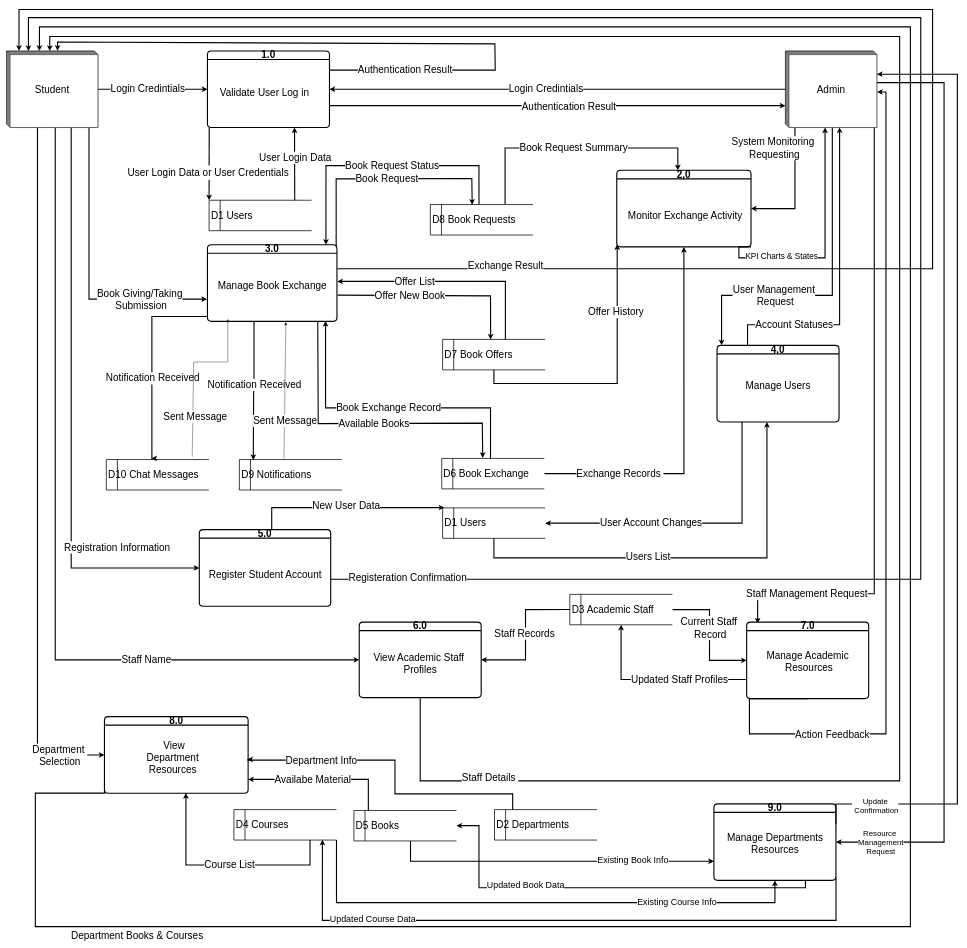
This is Graduate Project LOCAL/Documentation/Report 2/DFD/DFD's/ZeroLevel.drawio from Abood299/MIS-Team, a draw.io file, before an edit. Source tidied: cells renumbered, new cells numbered last; positions are measured from the earlier drawing's top-left corner, leaving out a move shared by most shapes. Both pictures are drawn from the tidied source at 37%, with x=0, y=0 at pixel (6, 9).
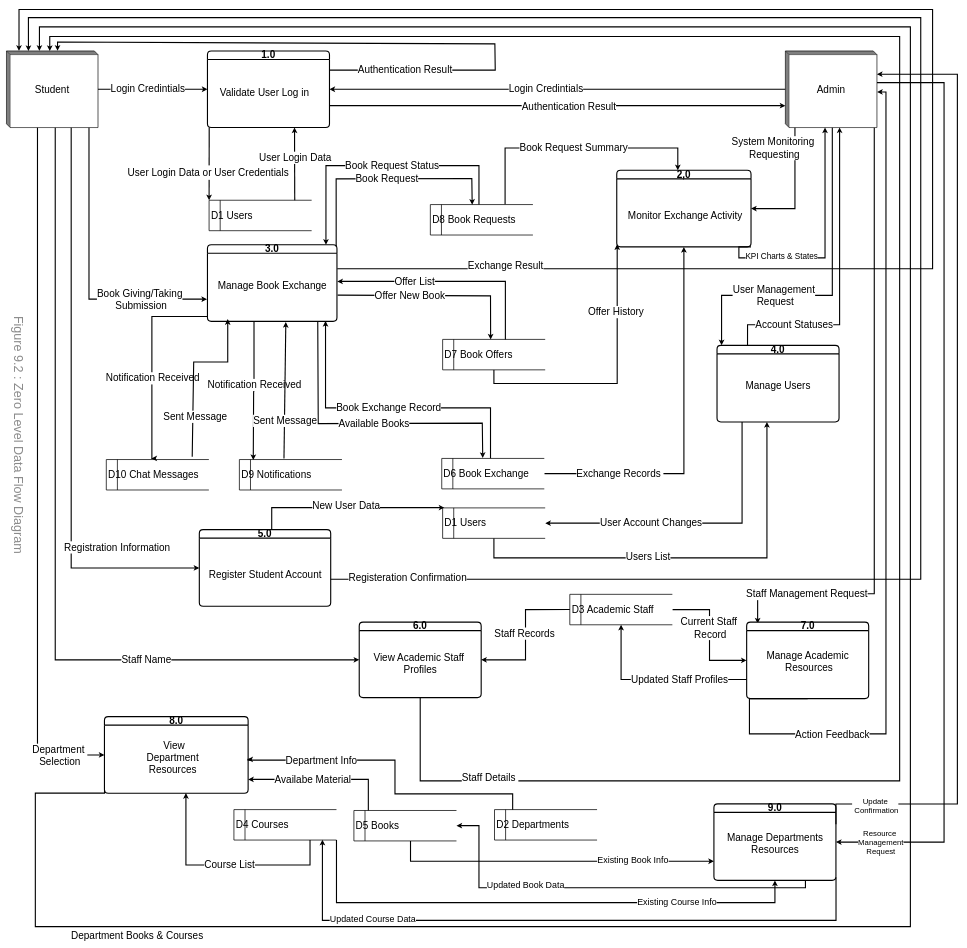
After the change.

Diff of the diagram source:
```diff
@@
-    <mxCell id="125" style="endArrow=classic;html=1;rounded=0;" parent="1" edge="1">
+    <mxCell id="125" style="endArrow=classic;html=1;rounded=0;strokeWidth=3;" parent="1" edge="1">
       <mxGeometry relative="1" as="geometry">
         <mxPoint x="750" y="1213.5" as="sourcePoint" />
         <mxPoint x="755" y="845" as="targetPoint" />
       </mxGeometry>
     </mxCell>
@@
-    <mxCell id="127" style="endArrow=classic;html=1;rounded=0;" parent="1" edge="1">
+    <mxCell id="127" style="endArrow=classic;html=1;rounded=0;strokeWidth=3;" parent="1" edge="1">
       <mxGeometry relative="1" as="geometry">
         <mxPoint x="502" y="1209" as="sourcePoint" />
         <mxPoint x="598" y="837" as="targetPoint" />
         <Array as="points">
           <mxPoint x="506" y="953" />
           <mxPoint x="598" y="953" />
         </Array>
       </mxGeometry>
     </mxCell>
@@
+    <mxCell id="129" value="&lt;font style=&quot;color: rgb(139, 139, 139); font-size: 34px;&quot;&gt;Figure 9.2 : Zero Level Data Flow Diagram&lt;/font&gt;" style="text;html=1;align=center;verticalAlign=middle;strokeColor=none;fillColor=none;rotation=90;" parent="1" vertex="1">
+      <mxGeometry x="-296" y="1123" width="660" height="53" as="geometry" />
+    </mxCell>
```
